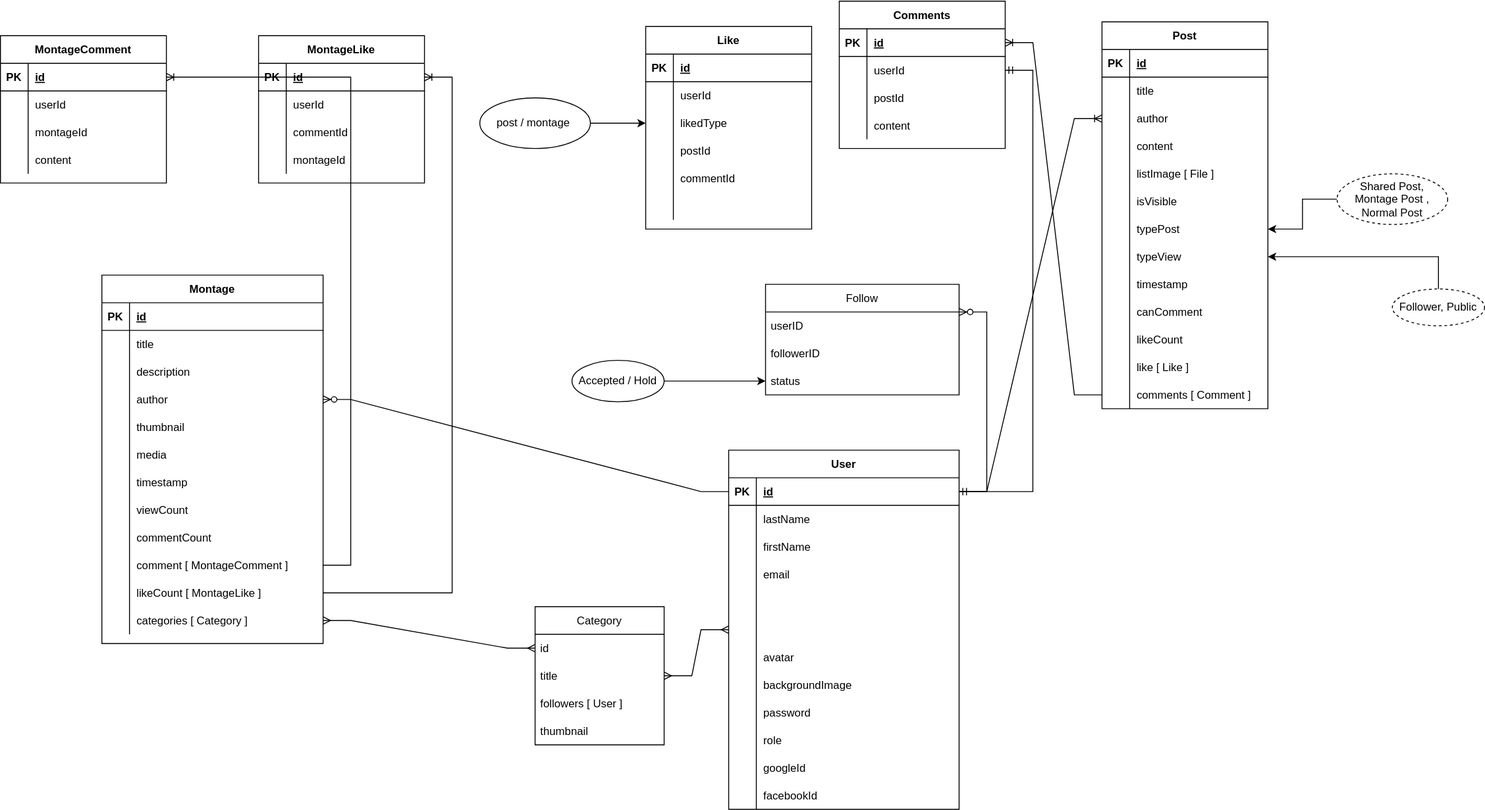
The draw.io diagram icon/Social-esport.drawio.svg in Kennn-dev/social-esport, before a commit. Source tidied: cells renumbered, new cells last; positions are measured from the earlier drawing's top-left corner, leaving out a move shared by most shapes.
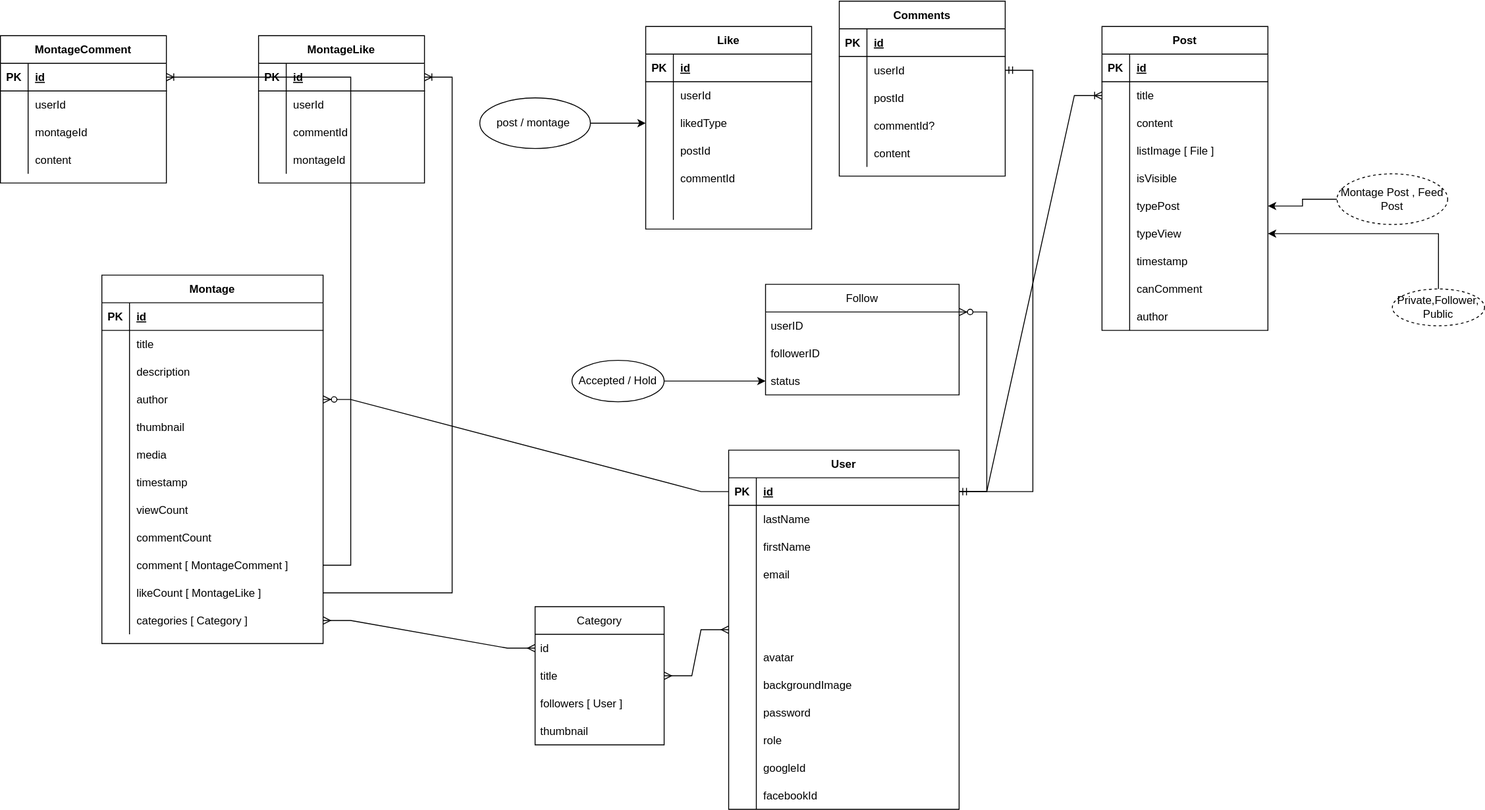
The same diagram one commit later.

Diff of the diagram source:
```diff
@@ -147,7 +147,7 @@
       <mxGeometry relative="1" as="geometry" />
     </mxCell>
     <mxCell id="50" value="Post" style="shape=table;startSize=30;rowLines=0;fontStyle=1;align=center;" parent="1" vertex="1">
-      <mxGeometry x="1195" y="23" width="180" height="420" as="geometry" />
+      <mxGeometry x="1195" y="28" width="180" height="330" as="geometry" />
     </mxCell>
     <mxCell id="51" style="shape=tableRow;horizontal=0;startSize=0;swimlaneHead=0;swimlaneBody=0;fillColor=none;top=0;left=0;right=0;bottom=1;" parent="50" vertex="1">
       <mxGeometry y="30" width="180" height="30" as="geometry" />
@@ -158,26 +158,17 @@
     <mxCell id="53" value="id" style="shape=partialRectangle;fillColor=none;top=0;left=0;bottom=0;right=0;align=left;spacingLeft=6;fontStyle=5;overflow=hidden;" parent="51" vertex="1">
       <mxGeometry x="30" width="150" height="30" as="geometry" />
     </mxCell>
-    <mxCell id="54" style="shape=tableRow;horizontal=0;startSize=0;swimlaneHead=0;swimlaneBody=0;fillColor=none;top=0;left=0;right=0;bottom=0;" parent="50" vertex="1">
-      <mxGeometry y="60" width="180" height="30" as="geometry" />
-    </mxCell>
-    <mxCell id="55" style="shape=partialRectangle;fillColor=none;top=0;left=0;bottom=0;right=0;overflow=hidden;" parent="54" vertex="1">
-      <mxGeometry width="30" height="30" as="geometry" />
-    </mxCell>
-    <mxCell id="56" value="title" style="shape=partialRectangle;fillColor=none;top=0;left=0;bottom=0;right=0;align=left;spacingLeft=6;overflow=hidden;" parent="54" vertex="1">
-      <mxGeometry x="30" width="150" height="30" as="geometry" />
-    </mxCell>
     <mxCell id="57" style="shape=tableRow;horizontal=0;startSize=0;swimlaneHead=0;swimlaneBody=0;fillColor=none;points=[[0,0.5],[1,0.5]];portConstraint=eastwest;top=0;left=0;right=0;bottom=0;" parent="50" vertex="1">
-      <mxGeometry y="90" width="180" height="30" as="geometry" />
+      <mxGeometry y="60" width="180" height="30" as="geometry" />
     </mxCell>
     <mxCell id="58" style="shape=partialRectangle;fillColor=none;top=0;left=0;bottom=0;right=0;overflow=hidden;" parent="57" vertex="1">
       <mxGeometry width="30" height="30" as="geometry" />
     </mxCell>
-    <mxCell id="59" value="author" style="shape=partialRectangle;fillColor=none;top=0;left=0;bottom=0;right=0;align=left;spacingLeft=6;overflow=hidden;" parent="57" vertex="1">
+    <mxCell id="59" value="title" style="shape=partialRectangle;fillColor=none;top=0;left=0;bottom=0;right=0;align=left;spacingLeft=6;overflow=hidden;" parent="57" vertex="1">
       <mxGeometry x="30" width="150" height="30" as="geometry" />
     </mxCell>
     <mxCell id="60" style="shape=tableRow;horizontal=0;startSize=0;swimlaneHead=0;swimlaneBody=0;fillColor=none;top=0;left=0;right=0;bottom=0;" parent="50" vertex="1">
-      <mxGeometry y="120" width="180" height="30" as="geometry" />
+      <mxGeometry y="90" width="180" height="30" as="geometry" />
     </mxCell>
     <mxCell id="61" style="shape=partialRectangle;fillColor=none;top=0;left=0;bottom=0;right=0;overflow=hidden;" parent="60" vertex="1">
       <mxGeometry width="30" height="30" as="geometry" />
@@ -186,7 +177,7 @@
       <mxGeometry x="30" width="150" height="30" as="geometry" />
     </mxCell>
     <mxCell id="63" style="shape=tableRow;horizontal=0;startSize=0;swimlaneHead=0;swimlaneBody=0;fillColor=none;top=0;left=0;right=0;bottom=0;" parent="50" vertex="1">
-      <mxGeometry y="150" width="180" height="30" as="geometry" />
+      <mxGeometry y="120" width="180" height="30" as="geometry" />
     </mxCell>
     <mxCell id="64" style="shape=partialRectangle;fillColor=none;top=0;left=0;bottom=0;right=0;overflow=hidden;" parent="63" vertex="1">
       <mxGeometry width="30" height="30" as="geometry" />
@@ -195,7 +186,7 @@
       <mxGeometry x="30" width="150" height="30" as="geometry" />
     </mxCell>
     <mxCell id="66" style="shape=tableRow;horizontal=0;startSize=0;swimlaneHead=0;swimlaneBody=0;fillColor=none;top=0;left=0;right=0;bottom=0;" parent="50" vertex="1">
-      <mxGeometry y="180" width="180" height="30" as="geometry" />
+      <mxGeometry y="150" width="180" height="30" as="geometry" />
     </mxCell>
     <mxCell id="67" style="shape=partialRectangle;fillColor=none;top=0;left=0;bottom=0;right=0;overflow=hidden;" parent="66" vertex="1">
       <mxGeometry width="30" height="30" as="geometry" />
@@ -204,7 +195,7 @@
       <mxGeometry x="30" width="150" height="30" as="geometry" />
     </mxCell>
     <mxCell id="69" style="shape=tableRow;horizontal=0;startSize=0;swimlaneHead=0;swimlaneBody=0;fillColor=none;points=[[0,0.5],[1,0.5]];portConstraint=eastwest;top=0;left=0;right=0;bottom=0;" parent="50" vertex="1">
-      <mxGeometry y="210" width="180" height="30" as="geometry" />
+      <mxGeometry y="180" width="180" height="30" as="geometry" />
     </mxCell>
     <mxCell id="70" style="shape=partialRectangle;fillColor=none;top=0;left=0;bottom=0;right=0;overflow=hidden;" parent="69" vertex="1">
       <mxGeometry width="30" height="30" as="geometry" />
@@ -213,7 +204,7 @@
       <mxGeometry x="30" width="150" height="30" as="geometry" />
     </mxCell>
     <mxCell id="72" style="shape=tableRow;horizontal=0;startSize=0;swimlaneHead=0;swimlaneBody=0;fillColor=none;points=[[0,0.5],[1,0.5]];portConstraint=eastwest;top=0;left=0;right=0;bottom=0;" parent="50" vertex="1">
-      <mxGeometry y="240" width="180" height="30" as="geometry" />
+      <mxGeometry y="210" width="180" height="30" as="geometry" />
     </mxCell>
     <mxCell id="73" style="shape=partialRectangle;fillColor=none;top=0;left=0;bottom=0;right=0;overflow=hidden;" parent="72" vertex="1">
       <mxGeometry width="30" height="30" as="geometry" />
@@ -222,7 +213,7 @@
       <mxGeometry x="30" width="150" height="30" as="geometry" />
     </mxCell>
     <mxCell id="75" style="shape=tableRow;horizontal=0;startSize=0;swimlaneHead=0;swimlaneBody=0;fillColor=none;top=0;left=0;right=0;bottom=0;" parent="50" vertex="1">
-      <mxGeometry y="270" width="180" height="30" as="geometry" />
+      <mxGeometry y="240" width="180" height="30" as="geometry" />
     </mxCell>
     <mxCell id="76" style="shape=partialRectangle;fillColor=none;top=0;left=0;bottom=0;right=0;overflow=hidden;" parent="75" vertex="1">
       <mxGeometry width="30" height="30" as="geometry" />
@@ -231,7 +222,7 @@
       <mxGeometry x="30" width="150" height="30" as="geometry" />
     </mxCell>
     <mxCell id="78" style="shape=tableRow;horizontal=0;startSize=0;swimlaneHead=0;swimlaneBody=0;fillColor=none;top=0;left=0;right=0;bottom=0;" parent="50" vertex="1">
-      <mxGeometry y="300" width="180" height="30" as="geometry" />
+      <mxGeometry y="270" width="180" height="30" as="geometry" />
     </mxCell>
     <mxCell id="79" style="shape=partialRectangle;fillColor=none;top=0;left=0;bottom=0;right=0;overflow=hidden;" parent="78" vertex="1">
       <mxGeometry width="30" height="30" as="geometry" />
@@ -239,43 +230,25 @@
     <mxCell id="80" value="canComment" style="shape=partialRectangle;fillColor=none;top=0;left=0;bottom=0;right=0;align=left;spacingLeft=6;overflow=hidden;" parent="78" vertex="1">
       <mxGeometry x="30" width="150" height="30" as="geometry" />
     </mxCell>
-    <mxCell id="81" style="shape=tableRow;horizontal=0;startSize=0;swimlaneHead=0;swimlaneBody=0;fillColor=none;top=0;left=0;right=0;bottom=0;" parent="50" vertex="1">
-      <mxGeometry y="330" width="180" height="30" as="geometry" />
-    </mxCell>
-    <mxCell id="82" style="shape=partialRectangle;fillColor=none;top=0;left=0;bottom=0;right=0;overflow=hidden;" parent="81" vertex="1">
-      <mxGeometry width="30" height="30" as="geometry" />
-    </mxCell>
-    <mxCell id="83" value="likeCount" style="shape=partialRectangle;fillColor=none;top=0;left=0;bottom=0;right=0;align=left;spacingLeft=6;overflow=hidden;" parent="81" vertex="1">
-      <mxGeometry x="30" width="150" height="30" as="geometry" />
-    </mxCell>
-    <mxCell id="84" style="shape=tableRow;horizontal=0;startSize=0;swimlaneHead=0;swimlaneBody=0;fillColor=none;top=0;left=0;right=0;bottom=0;" parent="50" vertex="1">
-      <mxGeometry y="360" width="180" height="30" as="geometry" />
-    </mxCell>
-    <mxCell id="85" style="shape=partialRectangle;fillColor=none;top=0;left=0;bottom=0;right=0;overflow=hidden;" parent="84" vertex="1">
-      <mxGeometry width="30" height="30" as="geometry" />
-    </mxCell>
-    <mxCell id="86" value="like [ Like ]" style="shape=partialRectangle;fillColor=none;top=0;left=0;bottom=0;right=0;align=left;spacingLeft=6;overflow=hidden;" parent="84" vertex="1">
-      <mxGeometry x="30" width="150" height="30" as="geometry" />
-    </mxCell>
-    <mxCell id="87" style="shape=tableRow;horizontal=0;startSize=0;swimlaneHead=0;swimlaneBody=0;fillColor=none;points=[[0,0.5],[1,0.5]];portConstraint=eastwest;top=0;left=0;right=0;bottom=0;" parent="50" vertex="1">
-      <mxGeometry y="390" width="180" height="30" as="geometry" />
-    </mxCell>
-    <mxCell id="88" style="shape=partialRectangle;fillColor=none;top=0;left=0;bottom=0;right=0;overflow=hidden;" parent="87" vertex="1">
-      <mxGeometry width="30" height="30" as="geometry" />
-    </mxCell>
-    <mxCell id="89" value="comments [ Comment ]" style="shape=partialRectangle;fillColor=none;top=0;left=0;bottom=0;right=0;align=left;spacingLeft=6;overflow=hidden;" parent="87" vertex="1">
-      <mxGeometry x="30" width="150" height="30" as="geometry" />
-    </mxCell>
+    <mxCell id="200" style="shape=tableRow;horizontal=0;startSize=0;swimlaneHead=0;swimlaneBody=0;fillColor=none;top=0;left=0;right=0;bottom=0;" parent="50" vertex="1">
+      <mxGeometry y="300" width="180" height="30" as="geometry" />
+    </mxCell>
+    <mxCell id="201" style="shape=partialRectangle;fillColor=none;top=0;left=0;bottom=0;right=0;overflow=hidden;" parent="200" vertex="1">
+      <mxGeometry width="30" height="30" as="geometry" />
+    </mxCell>
+    <mxCell id="202" value="author" style="shape=partialRectangle;fillColor=none;top=0;left=0;bottom=0;right=0;align=left;spacingLeft=6;overflow=hidden;" parent="200" vertex="1">
+      <mxGeometry x="30" width="150" height="30" as="geometry" />
+    </mxCell>
     <mxCell id="90" style="edgeStyle=orthogonalEdgeStyle;rounded=0;jettySize=auto;html=1;" parent="1" edge="1" source="91" target="69">
       <mxGeometry relative="1" as="geometry" />
     </mxCell>
-    <mxCell id="91" value="Shared Post, Montage Post , Normal Post" style="ellipse;whiteSpace=wrap;html=1;align=center;dashed=1;" parent="1" vertex="1">
+    <mxCell id="91" value="Montage Post , Feed Post" style="ellipse;whiteSpace=wrap;html=1;align=center;dashed=1;" parent="1" vertex="1">
       <mxGeometry x="1450" y="188" width="120" height="55" as="geometry" />
     </mxCell>
     <mxCell id="92" style="edgeStyle=orthogonalEdgeStyle;rounded=0;jettySize=auto;html=1;" parent="1" edge="1" source="93" target="72">
       <mxGeometry relative="1" as="geometry" />
     </mxCell>
-    <mxCell id="93" value="Follower, Public" style="ellipse;whiteSpace=wrap;html=1;align=center;dashed=1;" parent="1" vertex="1">
+    <mxCell id="93" value="Private,Follower, Public" style="ellipse;whiteSpace=wrap;html=1;align=center;dashed=1;" parent="1" vertex="1">
       <mxGeometry x="1510" y="313" width="100" height="40" as="geometry" />
     </mxCell>
     <mxCell id="94" style="edgeStyle=entityRelationEdgeStyle;fontSize=12;html=1;endArrow=ERoneToMany;rounded=0;" parent="1" edge="1" source="3" target="57">
@@ -288,7 +261,7 @@
       <mxGeometry x="620" y="390.5" width="100" height="45" as="geometry" />
     </mxCell>
     <mxCell id="97" value="Comments" style="shape=table;startSize=30;rowLines=0;fontStyle=1;align=center;" parent="1" vertex="1">
-      <mxGeometry x="910" y="0.5" width="180" height="160" as="geometry" />
+      <mxGeometry x="910" y="0.5" width="180" height="190" as="geometry" />
     </mxCell>
     <mxCell id="98" style="shape=tableRow;horizontal=0;startSize=0;swimlaneHead=0;swimlaneBody=0;fillColor=none;points=[[0,0.5],[1,0.5]];portConstraint=eastwest;top=0;left=0;right=0;bottom=1;" parent="97" vertex="1">
       <mxGeometry y="30" width="180" height="30" as="geometry" />
@@ -323,9 +296,18 @@
     <mxCell id="108" style="shape=partialRectangle;fillColor=none;top=0;left=0;bottom=0;right=0;overflow=hidden;" parent="107" vertex="1">
       <mxGeometry width="30" height="30" as="geometry" />
     </mxCell>
-    <mxCell id="109" value="content" style="shape=partialRectangle;fillColor=none;top=0;left=0;bottom=0;right=0;align=left;spacingLeft=6;overflow=hidden;" parent="107" vertex="1">
+    <mxCell id="109" value="commentId?" style="shape=partialRectangle;fillColor=none;top=0;left=0;bottom=0;right=0;align=left;spacingLeft=6;overflow=hidden;" parent="107" vertex="1">
       <mxGeometry x="30" width="150" height="30" as="geometry" />
     </mxCell>
+    <mxCell id="203" style="shape=tableRow;horizontal=0;startSize=0;swimlaneHead=0;swimlaneBody=0;fillColor=none;top=0;left=0;right=0;bottom=0;" parent="97" vertex="1">
+      <mxGeometry y="150" width="180" height="30" as="geometry" />
+    </mxCell>
+    <mxCell id="204" style="shape=partialRectangle;fillColor=none;top=0;left=0;bottom=0;right=0;overflow=hidden;" parent="203" vertex="1">
+      <mxGeometry width="30" height="30" as="geometry" />
+    </mxCell>
+    <mxCell id="205" value="content" style="shape=partialRectangle;fillColor=none;top=0;left=0;bottom=0;right=0;align=left;spacingLeft=6;overflow=hidden;" parent="203" vertex="1">
+      <mxGeometry x="30" width="150" height="30" as="geometry" />
+    </mxCell>
     <mxCell id="110" value="Like" style="shape=table;startSize=30;rowLines=0;fontStyle=1;align=center;" parent="1" vertex="1">
       <mxGeometry x="700" y="28" width="180" height="220" as="geometry" />
     </mxCell>
@@ -590,9 +572,6 @@
     <mxCell id="197" style="edgeStyle=entityRelationEdgeStyle;fontSize=12;html=1;endArrow=ERzeroToMany;endFill=1;rounded=0;" parent="1" edge="1" source="3" target="154">
       <mxGeometry relative="1" as="geometry" />
     </mxCell>
-    <mxCell id="198" style="edgeStyle=entityRelationEdgeStyle;fontSize=12;html=1;endArrow=ERoneToMany;rounded=0;" parent="1" edge="1" source="87" target="98">
-      <mxGeometry relative="1" as="geometry" />
-    </mxCell>
     <mxCell id="199" style="edgeStyle=entityRelationEdgeStyle;fontSize=12;html=1;endArrow=ERmandOne;startArrow=ERmandOne;rounded=0;" parent="1" edge="1" source="101" target="3">
       <mxGeometry relative="1" as="geometry" />
     </mxCell>
```
